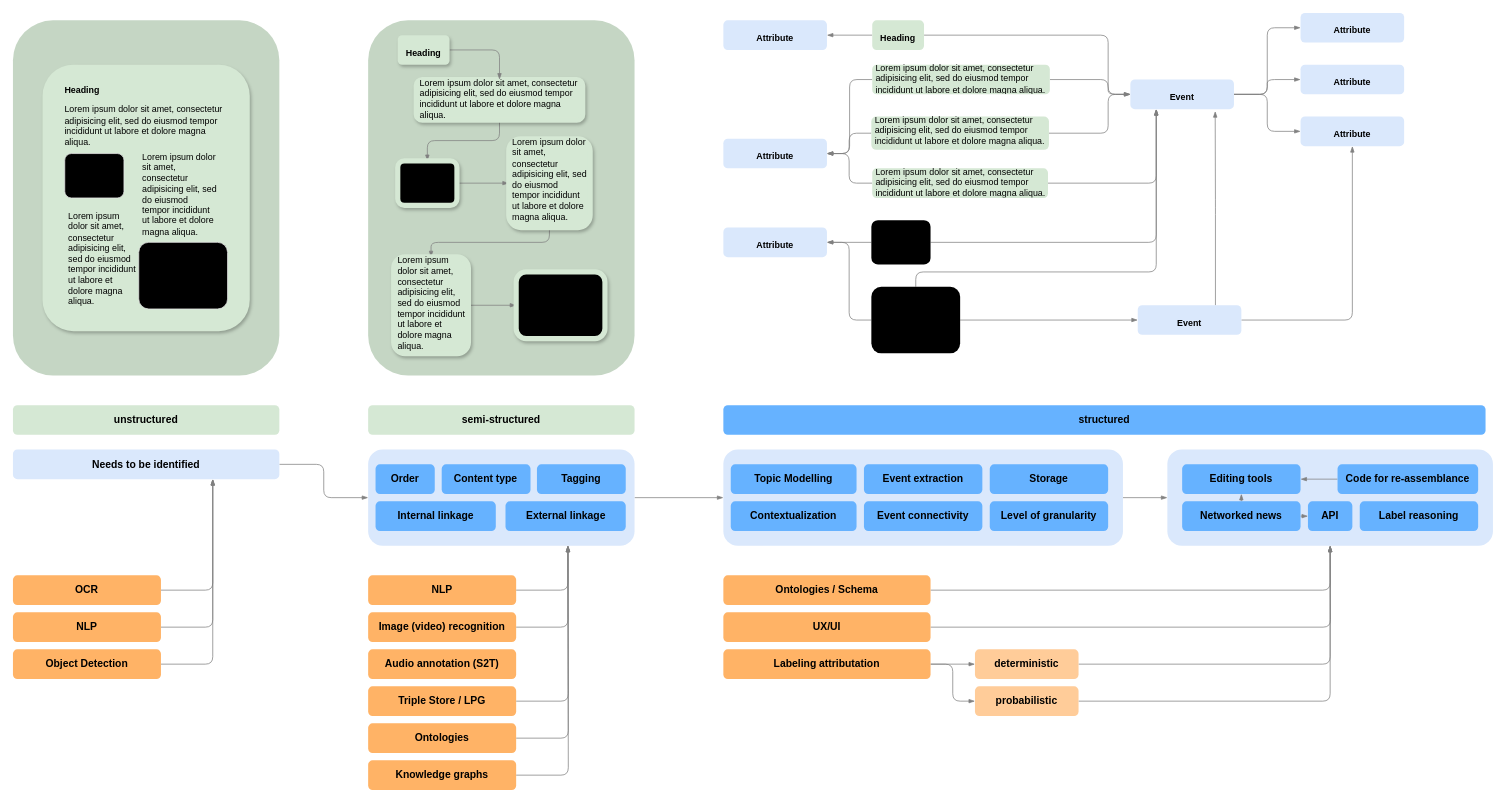
Above: images/draw.io/xml/modular_news_4.drawio in zushicat/notes-on-modular-news (draw.io), before the change. Source tidied: cells renumbered, new cells numbered last; positions are measured from the earlier drawing's top-left corner, leaving out a move shared by most shapes. Both pictures are drawn from the tidied source at 74%, with x=0, y=0 at pixel (13, 13).
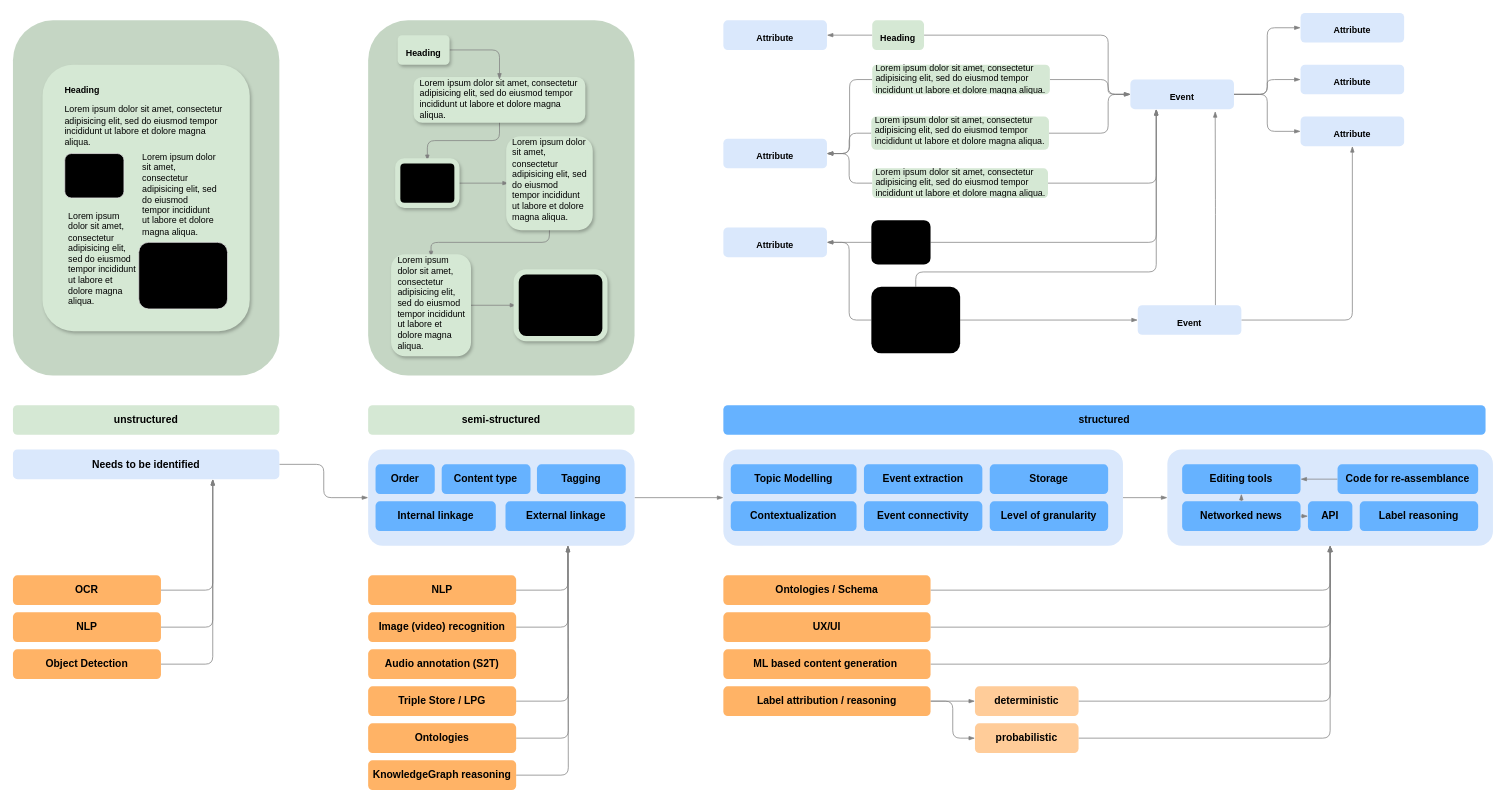
Above is the later version.

Unchanged cells that the change refers to:
```xml
<mxCell id="85" value="&lt;font style=&quot;font-size: 14px&quot;&gt;&lt;br&gt;&lt;/font&gt;" style="rounded=1;whiteSpace=wrap;html=1;fillColor=#dae8fc;strokeColor=none;" parent="1" vertex="1">
  <mxGeometry x="1560" y="590" width="440" height="130" as="geometry" />
</mxCell>
```

What changed in the source:
```diff
@@
-    <mxCell id="95" value="&lt;b&gt;&lt;font style=&quot;font-size: 14px&quot;&gt;Knowledge graphs&lt;/font&gt;&lt;/b&gt;" style="rounded=1;whiteSpace=wrap;html=1;shadow=0;fillColor=#FFB366;strokeColor=none;" parent="1" vertex="1">
+    <mxCell id="95" value="&lt;b&gt;&lt;font style=&quot;font-size: 14px&quot;&gt;KnowledgeGraph reasoning&lt;/font&gt;&lt;/b&gt;" style="rounded=1;whiteSpace=wrap;html=1;shadow=0;fillColor=#FFB366;strokeColor=none;" parent="1" vertex="1">
       <mxGeometry x="480" y="1010" width="200" height="40" as="geometry" />
     </mxCell>
@@
-    <mxCell id="102" value="&lt;b&gt;&lt;font style=&quot;font-size: 14px&quot;&gt;Labeling attributation&lt;/font&gt;&lt;/b&gt;" style="rounded=1;whiteSpace=wrap;html=1;shadow=0;fillColor=#FFB366;strokeColor=none;" parent="1" vertex="1">
-      <mxGeometry x="960" y="860" width="280" height="40" as="geometry" />
+    <mxCell id="102" value="&lt;b&gt;&lt;font style=&quot;font-size: 14px&quot;&gt;Label attribution / reasoning&lt;/font&gt;&lt;/b&gt;" style="rounded=1;whiteSpace=wrap;html=1;shadow=0;fillColor=#FFB366;strokeColor=none;" parent="1" vertex="1">
+      <mxGeometry x="960" y="910" width="280" height="40" as="geometry" />
     </mxCell>
@@
     <mxCell id="104" value="&lt;b&gt;&lt;font style=&quot;font-size: 14px&quot;&gt;deterministic&lt;/font&gt;&lt;/b&gt;" style="rounded=1;whiteSpace=wrap;html=1;shadow=0;strokeColor=none;fillColor=#FFCC99;" parent="1" vertex="1">
-      <mxGeometry x="1300" y="860" width="140" height="40" as="geometry" />
+      <mxGeometry x="1300" y="910" width="140" height="40" as="geometry" />
     </mxCell>
@@
     <mxCell id="106" value="&lt;b&gt;&lt;font style=&quot;font-size: 14px&quot;&gt;probabilistic&lt;/font&gt;&lt;/b&gt;" style="rounded=1;whiteSpace=wrap;html=1;shadow=0;strokeColor=none;fillColor=#FFCC99;" parent="1" vertex="1">
-      <mxGeometry x="1300" y="910" width="140" height="40" as="geometry" />
+      <mxGeometry x="1300" y="960" width="140" height="40" as="geometry" />
     </mxCell>
@@
+    <mxCell id="110" style="edgeStyle=orthogonalEdgeStyle;rounded=1;jettySize=auto;html=1;entryX=0.5;entryY=1;entryDx=0;entryDy=0;strokeColor=#808080;" parent="1" edge="1" source="111" target="85">
+      <mxGeometry relative="1" as="geometry" />
+    </mxCell>
+    <mxCell id="111" value="&lt;b&gt;&lt;font style=&quot;font-size: 14px&quot;&gt;ML based content generation&amp;nbsp;&lt;/font&gt;&lt;/b&gt;" style="rounded=1;whiteSpace=wrap;html=1;shadow=0;fillColor=#FFB366;strokeColor=none;" parent="1" vertex="1">
+      <mxGeometry x="960" y="860" width="280" height="40" as="geometry" />
+    </mxCell>
```
